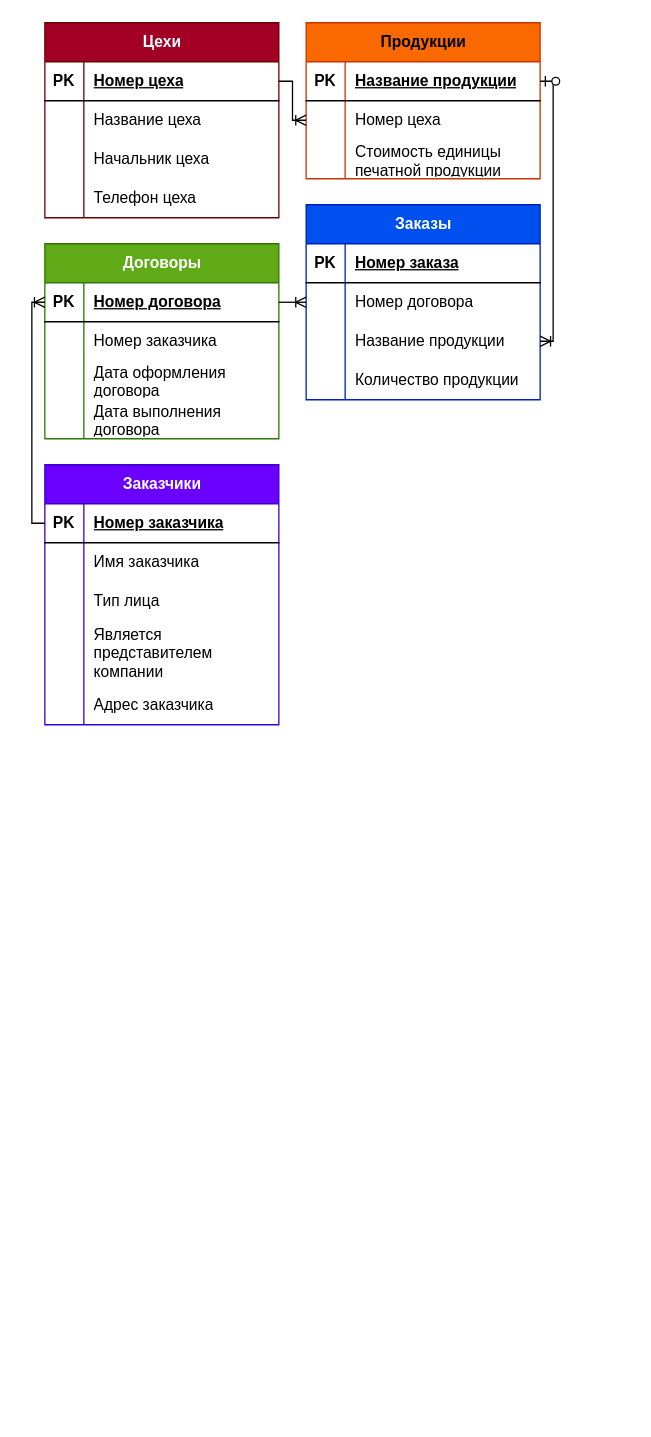
This is БД 6 сем диаграммы связей.drawio from Sandwich9976/API-s, a draw.io file, before an edit. Source tidied: cells renumbered, new cells numbered last; positions are measured from the earlier drawing's top-left corner, leaving out a move shared by most shapes. Both pictures are drawn from the tidied source at 130%, with x=0, y=0 at pixel (44, 22).
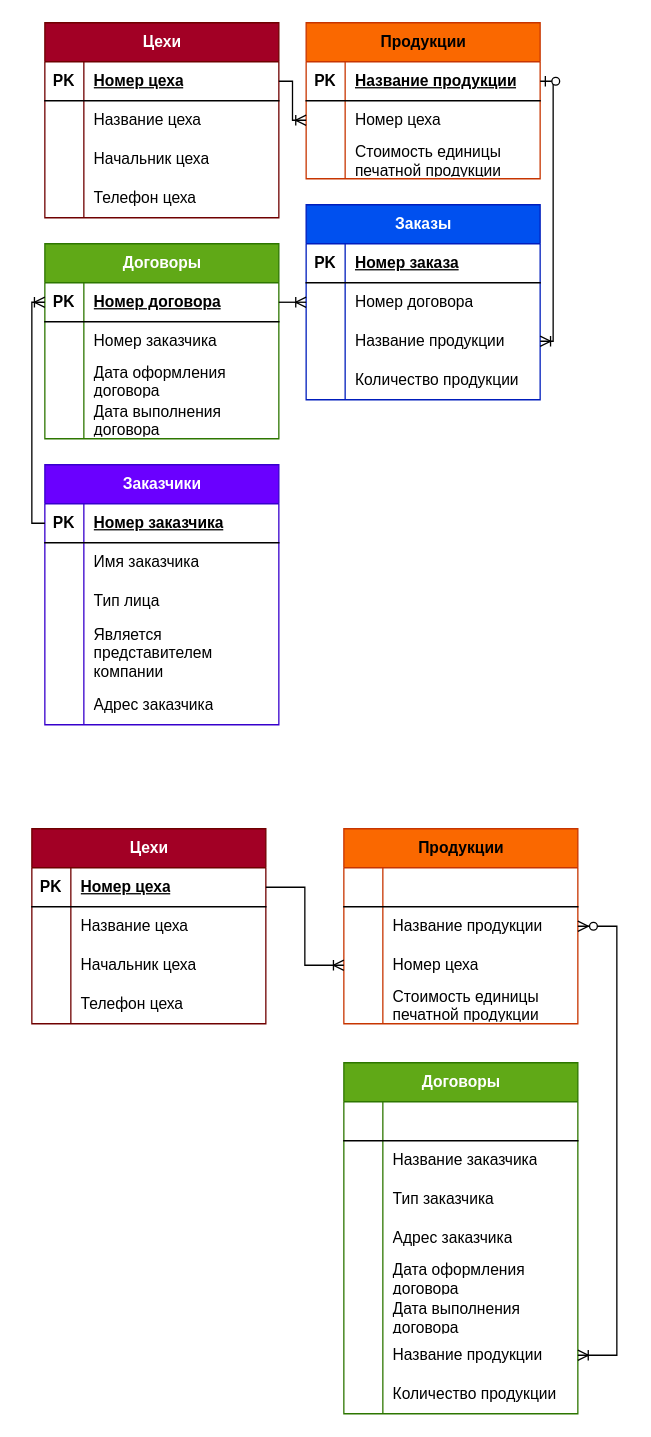
Above is the later version.

The edit, as a diff of the source:
```diff
@@
+    <mxCell id="71" value="Цехи" style="shape=table;startSize=30;childLayout=tableLayout;rowLines=0;fontStyle=1;align=center;html=1;fillColor=#a20025;strokeColor=#6F0000;fontColor=#ffffff;" parent="1" vertex="1">
+      <mxGeometry x="-10" y="620" width="180" height="150" as="geometry" />
+    </mxCell>
+    <mxCell id="72" style="shape=tableRow;horizontal=0;startSize=0;swimlaneHead=0;swimlaneBody=0;fillColor=none;points=[[0,0.5],[1,0.5]];portConstraint=eastwest;top=0;left=0;right=0;bottom=1;" parent="71" vertex="1">
+      <mxGeometry y="30" width="180" height="30" as="geometry" />
+    </mxCell>
+    <mxCell id="73" value="PK" style="shape=partialRectangle;fillColor=none;top=0;left=0;bottom=0;right=0;fontStyle=1;overflow=hidden;whiteSpace=wrap;html=1;" parent="72" vertex="1">
+      <mxGeometry width="30" height="30" as="geometry" />
+    </mxCell>
+    <mxCell id="74" value="Номер цеха" style="shape=partialRectangle;fillColor=none;top=0;left=0;bottom=0;right=0;align=left;spacingLeft=6;fontStyle=5;overflow=hidden;whiteSpace=wrap;html=1;" parent="72" vertex="1">
+      <mxGeometry x="30" width="150" height="30" as="geometry" />
+    </mxCell>
+    <mxCell id="75" style="shape=tableRow;horizontal=0;startSize=0;swimlaneHead=0;swimlaneBody=0;fillColor=none;top=0;left=0;right=0;bottom=0;" parent="71" vertex="1">
+      <mxGeometry y="60" width="180" height="30" as="geometry" />
+    </mxCell>
+    <mxCell id="76" style="shape=partialRectangle;fillColor=none;top=0;left=0;bottom=0;right=0;overflow=hidden;whiteSpace=wrap;html=1;" parent="75" vertex="1">
+      <mxGeometry width="30" height="30" as="geometry" />
+    </mxCell>
+    <mxCell id="77" value="Название цеха" style="shape=partialRectangle;fillColor=none;top=0;left=0;bottom=0;right=0;align=left;spacingLeft=6;overflow=hidden;whiteSpace=wrap;html=1;" parent="75" vertex="1">
+      <mxGeometry x="30" width="150" height="30" as="geometry" />
+    </mxCell>
+    <mxCell id="78" style="shape=tableRow;horizontal=0;startSize=0;swimlaneHead=0;swimlaneBody=0;fillColor=none;top=0;left=0;right=0;bottom=0;" parent="71" vertex="1">
+      <mxGeometry y="90" width="180" height="30" as="geometry" />
+    </mxCell>
+    <mxCell id="79" style="shape=partialRectangle;fillColor=none;top=0;left=0;bottom=0;right=0;overflow=hidden;whiteSpace=wrap;html=1;" parent="78" vertex="1">
+      <mxGeometry width="30" height="30" as="geometry" />
+    </mxCell>
+    <mxCell id="80" value="Начальник цеха" style="shape=partialRectangle;fillColor=none;top=0;left=0;bottom=0;right=0;align=left;spacingLeft=6;overflow=hidden;whiteSpace=wrap;html=1;" parent="78" vertex="1">
+      <mxGeometry x="30" width="150" height="30" as="geometry" />
+    </mxCell>
+    <mxCell id="81" style="shape=tableRow;horizontal=0;startSize=0;swimlaneHead=0;swimlaneBody=0;fillColor=none;top=0;left=0;right=0;bottom=0;" parent="71" vertex="1">
+      <mxGeometry y="120" width="180" height="30" as="geometry" />
+    </mxCell>
+    <mxCell id="82" style="shape=partialRectangle;fillColor=none;top=0;left=0;bottom=0;right=0;overflow=hidden;whiteSpace=wrap;html=1;" parent="81" vertex="1">
+      <mxGeometry width="30" height="30" as="geometry" />
+    </mxCell>
+    <mxCell id="83" value="Телефон цеха" style="shape=partialRectangle;fillColor=none;top=0;left=0;bottom=0;right=0;align=left;spacingLeft=6;overflow=hidden;whiteSpace=wrap;html=1;" parent="81" vertex="1">
+      <mxGeometry x="30" width="150" height="30" as="geometry" />
+    </mxCell>
+    <mxCell id="84" value="Договоры" style="shape=table;startSize=30;childLayout=tableLayout;rowLines=0;fontStyle=1;align=center;html=1;fillColor=#60a917;fontColor=#ffffff;strokeColor=#2D7600;" parent="1" vertex="1">
+      <mxGeometry x="230" y="800" width="180" height="270" as="geometry" />
+    </mxCell>
+    <mxCell id="85" style="shape=tableRow;horizontal=0;startSize=0;swimlaneHead=0;swimlaneBody=0;fillColor=none;top=0;left=0;right=0;bottom=1;" parent="84" vertex="1">
+      <mxGeometry y="30" width="180" height="30" as="geometry" />
+    </mxCell>
+    <mxCell id="86" style="shape=partialRectangle;fillColor=none;top=0;left=0;bottom=0;right=0;fontStyle=1;overflow=hidden;whiteSpace=wrap;html=1;" parent="85" vertex="1">
+      <mxGeometry width="30" height="30" as="geometry" />
+    </mxCell>
+    <mxCell id="87" style="shape=partialRectangle;fillColor=none;top=0;left=0;bottom=0;right=0;align=left;spacingLeft=6;fontStyle=5;overflow=hidden;whiteSpace=wrap;html=1;" parent="85" vertex="1">
+      <mxGeometry x="30" width="150" height="30" as="geometry" />
+    </mxCell>
+    <mxCell id="88" style="shape=tableRow;horizontal=0;startSize=0;swimlaneHead=0;swimlaneBody=0;fillColor=none;top=0;left=0;right=0;bottom=0;" parent="84" vertex="1">
+      <mxGeometry y="60" width="180" height="30" as="geometry" />
+    </mxCell>
+    <mxCell id="89" style="shape=partialRectangle;fillColor=none;top=0;left=0;bottom=0;right=0;overflow=hidden;whiteSpace=wrap;html=1;" parent="88" vertex="1">
+      <mxGeometry width="30" height="30" as="geometry" />
+    </mxCell>
+    <mxCell id="90" value="Название заказчика" style="shape=partialRectangle;fillColor=none;top=0;left=0;bottom=0;right=0;align=left;spacingLeft=6;overflow=hidden;whiteSpace=wrap;html=1;" parent="88" vertex="1">
+      <mxGeometry x="30" width="150" height="30" as="geometry" />
+    </mxCell>
+    <mxCell id="91" style="shape=tableRow;horizontal=0;startSize=0;swimlaneHead=0;swimlaneBody=0;fillColor=none;top=0;left=0;right=0;bottom=0;" parent="84" vertex="1">
+      <mxGeometry y="90" width="180" height="30" as="geometry" />
+    </mxCell>
+    <mxCell id="92" style="shape=partialRectangle;fillColor=none;top=0;left=0;bottom=0;right=0;overflow=hidden;whiteSpace=wrap;html=1;" parent="91" vertex="1">
+      <mxGeometry width="30" height="30" as="geometry" />
+    </mxCell>
+    <mxCell id="93" value="&lt;div&gt;Тип заказчика&lt;/div&gt;" style="shape=partialRectangle;fillColor=none;top=0;left=0;bottom=0;right=0;align=left;spacingLeft=6;overflow=hidden;whiteSpace=wrap;html=1;" parent="91" vertex="1">
+      <mxGeometry x="30" width="150" height="30" as="geometry" />
+    </mxCell>
+    <mxCell id="94" style="shape=tableRow;horizontal=0;startSize=0;swimlaneHead=0;swimlaneBody=0;fillColor=none;top=0;left=0;right=0;bottom=0;" parent="84" vertex="1">
+      <mxGeometry y="120" width="180" height="30" as="geometry" />
+    </mxCell>
+    <mxCell id="95" style="shape=partialRectangle;fillColor=none;top=0;left=0;bottom=0;right=0;overflow=hidden;whiteSpace=wrap;html=1;" parent="94" vertex="1">
+      <mxGeometry width="30" height="30" as="geometry" />
+    </mxCell>
+    <mxCell id="96" value="Адрес заказчика" style="shape=partialRectangle;fillColor=none;top=0;left=0;bottom=0;right=0;align=left;spacingLeft=6;overflow=hidden;whiteSpace=wrap;html=1;" parent="94" vertex="1">
+      <mxGeometry x="30" width="150" height="30" as="geometry" />
+    </mxCell>
+    <mxCell id="97" style="shape=tableRow;horizontal=0;startSize=0;swimlaneHead=0;swimlaneBody=0;fillColor=none;top=0;left=0;right=0;bottom=0;" parent="84" vertex="1">
+      <mxGeometry y="150" width="180" height="30" as="geometry" />
+    </mxCell>
+    <mxCell id="98" style="shape=partialRectangle;fillColor=none;top=0;left=0;bottom=0;right=0;overflow=hidden;whiteSpace=wrap;html=1;" parent="97" vertex="1">
+      <mxGeometry width="30" height="30" as="geometry" />
+    </mxCell>
+    <mxCell id="99" value="Дата оформления договора" style="shape=partialRectangle;fillColor=none;top=0;left=0;bottom=0;right=0;align=left;spacingLeft=6;overflow=hidden;whiteSpace=wrap;html=1;" parent="97" vertex="1">
+      <mxGeometry x="30" width="150" height="30" as="geometry" />
+    </mxCell>
+    <mxCell id="100" style="shape=tableRow;horizontal=0;startSize=0;swimlaneHead=0;swimlaneBody=0;fillColor=none;top=0;left=0;right=0;bottom=0;" parent="84" vertex="1">
+      <mxGeometry y="180" width="180" height="30" as="geometry" />
+    </mxCell>
+    <mxCell id="101" style="shape=partialRectangle;fillColor=none;top=0;left=0;bottom=0;right=0;overflow=hidden;whiteSpace=wrap;html=1;" parent="100" vertex="1">
+      <mxGeometry width="30" height="30" as="geometry" />
+    </mxCell>
+    <mxCell id="102" value="Дата выполнения договора" style="shape=partialRectangle;fillColor=none;top=0;left=0;bottom=0;right=0;align=left;spacingLeft=6;overflow=hidden;whiteSpace=wrap;html=1;" parent="100" vertex="1">
+      <mxGeometry x="30" width="150" height="30" as="geometry" />
+    </mxCell>
+    <mxCell id="103" style="shape=tableRow;horizontal=0;startSize=0;swimlaneHead=0;swimlaneBody=0;fillColor=none;points=[[0,0.5],[1,0.5]];portConstraint=eastwest;top=0;left=0;right=0;bottom=0;" parent="84" vertex="1">
+      <mxGeometry y="210" width="180" height="30" as="geometry" />
+    </mxCell>
+    <mxCell id="104" style="shape=partialRectangle;fillColor=none;top=0;left=0;bottom=0;right=0;overflow=hidden;whiteSpace=wrap;html=1;" parent="103" vertex="1">
+      <mxGeometry width="30" height="30" as="geometry" />
+    </mxCell>
+    <mxCell id="105" value="Название продукции" style="shape=partialRectangle;fillColor=none;top=0;left=0;bottom=0;right=0;align=left;spacingLeft=6;overflow=hidden;whiteSpace=wrap;html=1;" parent="103" vertex="1">
+      <mxGeometry x="30" width="150" height="30" as="geometry" />
+    </mxCell>
+    <mxCell id="106" style="shape=tableRow;horizontal=0;startSize=0;swimlaneHead=0;swimlaneBody=0;fillColor=none;top=0;left=0;right=0;bottom=0;" parent="84" vertex="1">
+      <mxGeometry y="240" width="180" height="30" as="geometry" />
+    </mxCell>
+    <mxCell id="107" style="shape=partialRectangle;fillColor=none;top=0;left=0;bottom=0;right=0;overflow=hidden;whiteSpace=wrap;html=1;" parent="106" vertex="1">
+      <mxGeometry width="30" height="30" as="geometry" />
+    </mxCell>
+    <mxCell id="108" value="Количество продукции" style="shape=partialRectangle;fillColor=none;top=0;left=0;bottom=0;right=0;align=left;spacingLeft=6;overflow=hidden;whiteSpace=wrap;html=1;" parent="106" vertex="1">
+      <mxGeometry x="30" width="150" height="30" as="geometry" />
+    </mxCell>
+    <mxCell id="109" value="Продукции" style="shape=table;startSize=30;childLayout=tableLayout;rowLines=0;fontStyle=1;align=center;html=1;fillColor=#fa6800;fontColor=#000000;strokeColor=#C73500;" parent="1" vertex="1">
+      <mxGeometry x="230" y="620" width="180" height="150" as="geometry" />
+    </mxCell>
+    <mxCell id="110" style="shape=tableRow;horizontal=0;startSize=0;swimlaneHead=0;swimlaneBody=0;fillColor=none;top=0;left=0;right=0;bottom=1;" parent="109" vertex="1">
+      <mxGeometry y="30" width="180" height="30" as="geometry" />
+    </mxCell>
+    <mxCell id="111" style="shape=partialRectangle;fillColor=none;top=0;left=0;bottom=0;right=0;fontStyle=1;overflow=hidden;whiteSpace=wrap;html=1;" parent="110" vertex="1">
+      <mxGeometry width="30" height="30" as="geometry" />
+    </mxCell>
+    <mxCell id="112" style="shape=partialRectangle;fillColor=none;top=0;left=0;bottom=0;right=0;align=left;spacingLeft=6;fontStyle=5;overflow=hidden;whiteSpace=wrap;html=1;" parent="110" vertex="1">
+      <mxGeometry x="30" width="150" height="30" as="geometry" />
+    </mxCell>
+    <mxCell id="113" style="shape=tableRow;horizontal=0;startSize=0;swimlaneHead=0;swimlaneBody=0;fillColor=none;points=[[0,0.5],[1,0.5]];portConstraint=eastwest;top=0;left=0;right=0;bottom=0;" parent="109" vertex="1">
+      <mxGeometry y="60" width="180" height="30" as="geometry" />
+    </mxCell>
+    <mxCell id="114" style="shape=partialRectangle;fillColor=none;top=0;left=0;bottom=0;right=0;overflow=hidden;whiteSpace=wrap;html=1;" parent="113" vertex="1">
+      <mxGeometry width="30" height="30" as="geometry" />
+    </mxCell>
+    <mxCell id="115" value="Название продукции" style="shape=partialRectangle;fillColor=none;top=0;left=0;bottom=0;right=0;align=left;spacingLeft=6;overflow=hidden;whiteSpace=wrap;html=1;" parent="113" vertex="1">
+      <mxGeometry x="30" width="150" height="30" as="geometry" />
+    </mxCell>
+    <mxCell id="116" style="shape=tableRow;horizontal=0;startSize=0;swimlaneHead=0;swimlaneBody=0;fillColor=none;points=[[0,0.5],[1,0.5]];portConstraint=eastwest;top=0;left=0;right=0;bottom=0;" parent="109" vertex="1">
+      <mxGeometry y="90" width="180" height="30" as="geometry" />
+    </mxCell>
+    <mxCell id="117" style="shape=partialRectangle;fillColor=none;top=0;left=0;bottom=0;right=0;overflow=hidden;whiteSpace=wrap;html=1;" parent="116" vertex="1">
+      <mxGeometry width="30" height="30" as="geometry" />
+    </mxCell>
+    <mxCell id="118" value="Номер цеха" style="shape=partialRectangle;fillColor=none;top=0;left=0;bottom=0;right=0;align=left;spacingLeft=6;overflow=hidden;whiteSpace=wrap;html=1;" parent="116" vertex="1">
+      <mxGeometry x="30" width="150" height="30" as="geometry" />
+    </mxCell>
+    <mxCell id="119" style="shape=tableRow;horizontal=0;startSize=0;swimlaneHead=0;swimlaneBody=0;fillColor=none;top=0;left=0;right=0;bottom=0;" parent="109" vertex="1">
+      <mxGeometry y="120" width="180" height="30" as="geometry" />
+    </mxCell>
+    <mxCell id="120" style="shape=partialRectangle;fillColor=none;top=0;left=0;bottom=0;right=0;overflow=hidden;whiteSpace=wrap;html=1;" parent="119" vertex="1">
+      <mxGeometry width="30" height="30" as="geometry" />
+    </mxCell>
+    <mxCell id="121" value="Стоимость единицы печатной продукции" style="shape=partialRectangle;fillColor=none;top=0;left=0;bottom=0;right=0;align=left;spacingLeft=6;overflow=hidden;whiteSpace=wrap;html=1;" parent="119" vertex="1">
+      <mxGeometry x="30" width="150" height="30" as="geometry" />
+    </mxCell>
+    <mxCell id="122" style="edgeStyle=entityRelationEdgeStyle;fontSize=12;html=1;endArrow=ERoneToMany;rounded=0;exitX=1;exitY=0.5;exitDx=0;exitDy=0;" parent="1" edge="1" source="72" target="116">
+      <mxGeometry relative="1" as="geometry" />
+    </mxCell>
+    <mxCell id="123" style="edgeStyle=entityRelationEdgeStyle;fontSize=12;html=1;endArrow=ERoneToMany;startArrow=ERzeroToMany;rounded=0;exitX=1;exitY=0.5;exitDx=0;exitDy=0;" parent="1" edge="1" source="113" target="103">
+      <mxGeometry relative="1" as="geometry" />
+    </mxCell>
```
